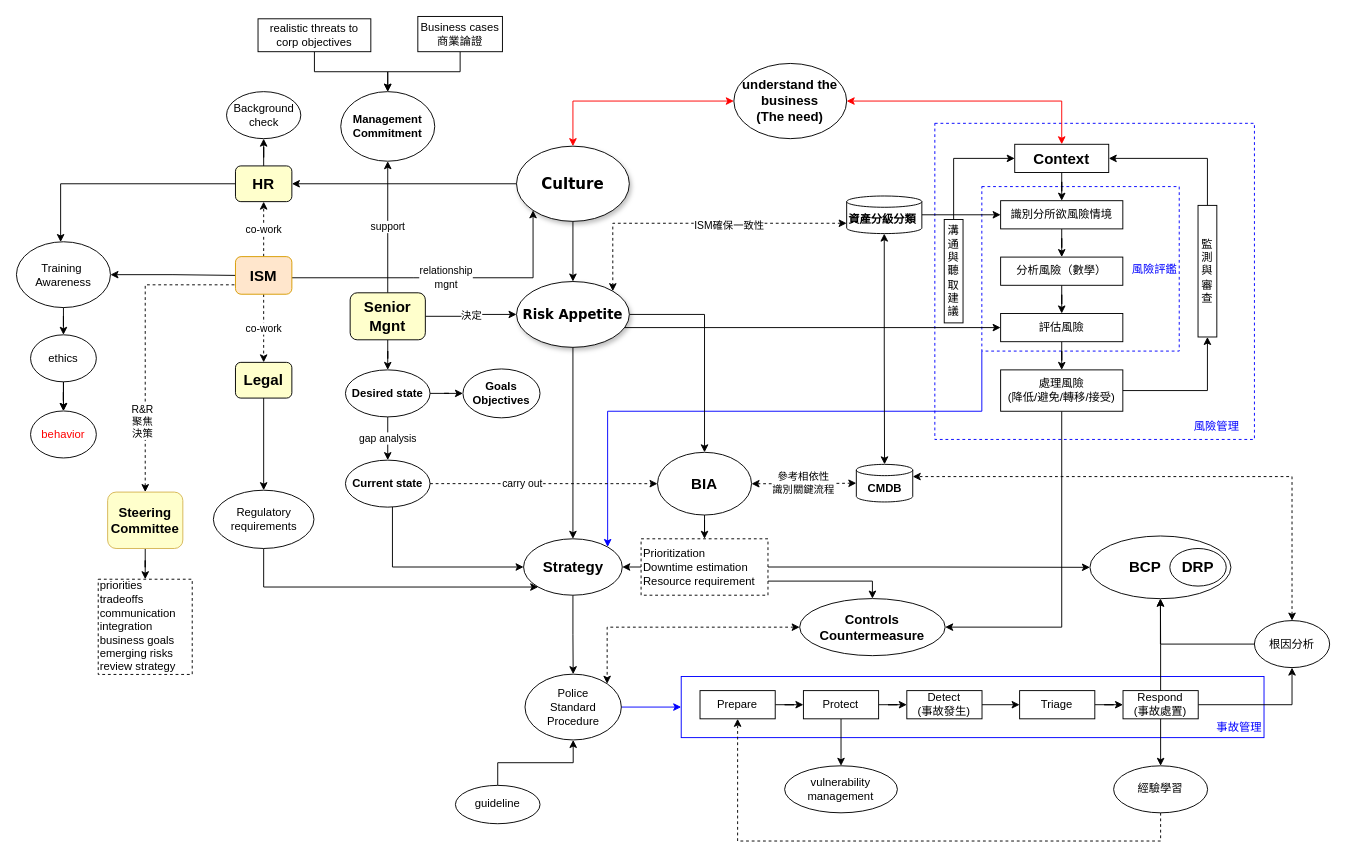
digipenguin/machinelearn-ndu keeps this draw.io diagram as Untitled Diagram.drawio. Above is the earlier version. Source tidied: cells renumbered, new cells numbered last; positions are measured from the earlier drawing's top-left corner, leaving out a move shared by most shapes. Both pictures are drawn from the tidied source at 94%, with x=0, y=0 at pixel (16, 16).
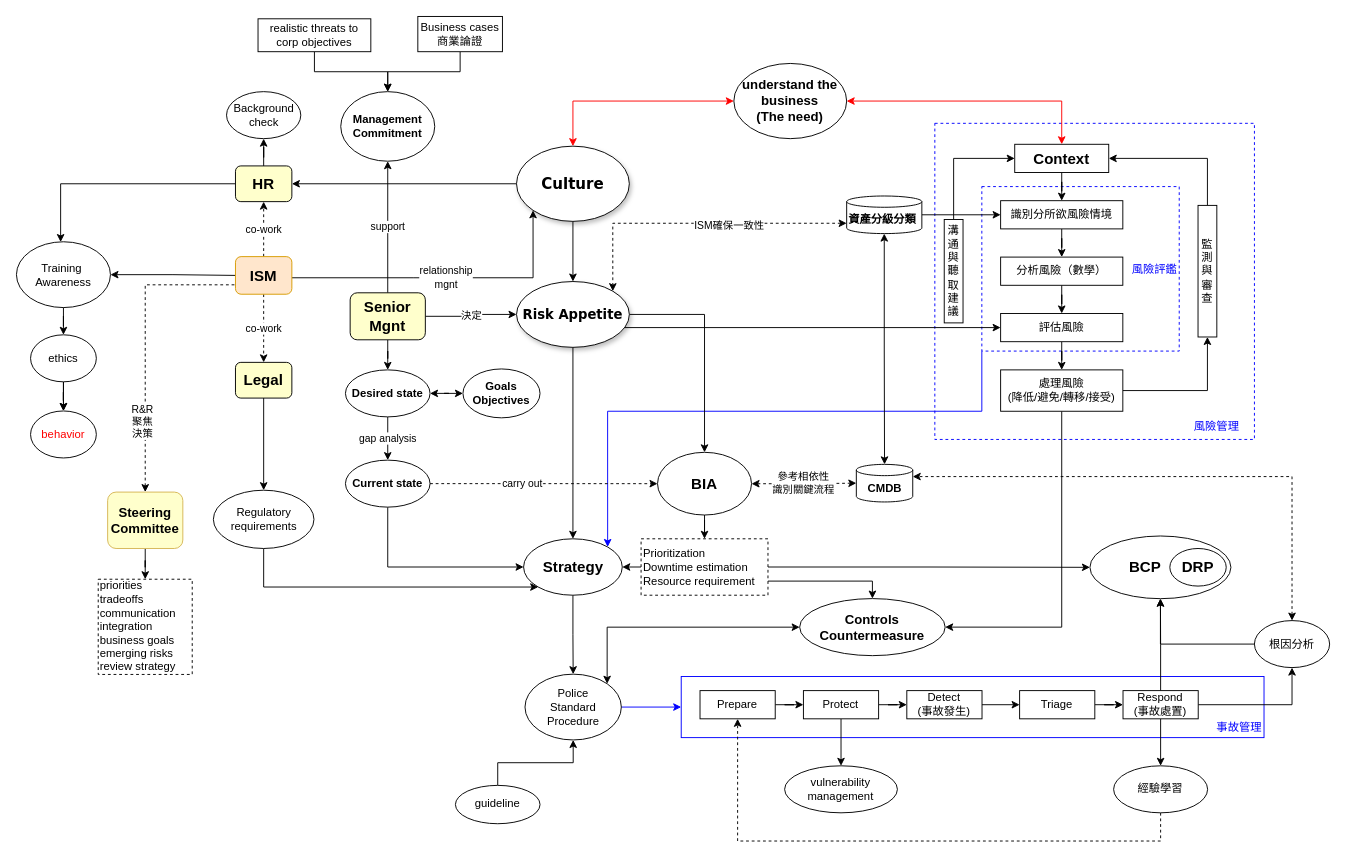
The same diagram, later.

The change refers to these unchanged cells:
```xml
<mxCell id="15" value="&lt;b&gt;&lt;font style=&quot;font-size: 16px&quot;&gt;Strategy&lt;/font&gt;&lt;/b&gt;" style="ellipse;whiteSpace=wrap;html=1;" parent="1" vertex="1">
  <mxGeometry x="539.5" y="555.7" width="105" height="60" as="geometry" />
</mxCell>
<mxCell id="17" value="Police&lt;br&gt;Standard&lt;br&gt;Procedure" style="ellipse;whiteSpace=wrap;html=1;" parent="1" vertex="1">
  <mxGeometry x="541" y="699.7" width="102.5" height="70" as="geometry" />
</mxCell>
<mxCell id="76" value="&lt;b&gt;Current state&lt;/b&gt;" style="ellipse;whiteSpace=wrap;html=1;strokeColor=#000000;fillColor=#FFFFFF;" parent="1" vertex="1">
  <mxGeometry x="350" y="472" width="90" height="50" as="geometry" />
</mxCell>
<mxCell id="79" value="&lt;b&gt;Desired state&lt;br&gt;&lt;/b&gt;" style="ellipse;whiteSpace=wrap;html=1;strokeColor=#000000;fillColor=#FFFFFF;" parent="1" vertex="1">
  <mxGeometry x="350" y="376" width="90" height="50" as="geometry" />
</mxCell>
<mxCell id="91" value="&lt;b&gt;&lt;font style=&quot;font-size: 14px&quot;&gt;Controls&lt;br&gt;Countermeasure&lt;br&gt;&lt;/font&gt;&lt;/b&gt;" style="ellipse;whiteSpace=wrap;html=1;strokeColor=#000000;fillColor=none;gradientColor=none;" parent="1" vertex="1">
  <mxGeometry x="833.2" y="619.3" width="154.8" height="60.7" as="geometry" />
</mxCell>
<mxCell id="113" value="&lt;b&gt;&lt;span&gt;Goals&lt;/span&gt;&lt;br&gt;&lt;span&gt;Objectives&lt;/span&gt;&lt;/b&gt;" style="ellipse;whiteSpace=wrap;html=1;strokeColor=#000000;fillColor=#FFFFFF;" parent="1" vertex="1">
  <mxGeometry x="475" y="375" width="82" height="52" as="geometry" />
</mxCell>
```

What changed in the source:
```diff
@@
-    <mxCell id="75" style="edgeStyle=orthogonalEdgeStyle;rounded=0;jettySize=auto;html=1;entryX=0;entryY=0.5;entryDx=0;entryDy=0;startArrow=none;startFill=0;endArrow=classic;endFill=1;" parent="1" edge="1" source="76" target="15">
+    <mxCell id="75" style="edgeStyle=orthogonalEdgeStyle;rounded=0;jettySize=auto;html=1;entryX=0;entryY=0.5;entryDx=0;entryDy=0;startArrow=none;startFill=0;endArrow=classic;endFill=1;exitX=0.5;exitY=1;exitDx=0;exitDy=0;" parent="1" edge="1" source="76" target="15">
       <mxGeometry relative="1" as="geometry">
         <Array as="points">
-          <mxPoint x="400" y="586" />
+          <mxPoint x="395" y="586" />
         </Array>
       </mxGeometry>
     </mxCell>
@@
-    <mxCell id="78" style="edgeStyle=orthogonalEdgeStyle;rounded=0;jettySize=auto;html=1;startArrow=none;startFill=0;endArrow=classic;endFill=1;strokeColor=#000000;" parent="1" edge="1" source="79" target="113">
+    <mxCell id="78" style="edgeStyle=orthogonalEdgeStyle;rounded=0;jettySize=auto;html=1;startArrow=classic;startFill=1;endArrow=classic;endFill=1;strokeColor=#000000;" parent="1" edge="1" source="79" target="113">
       <mxGeometry relative="1" as="geometry" />
     </mxCell>
@@
-    <mxCell id="89" style="edgeStyle=orthogonalEdgeStyle;rounded=0;jettySize=auto;html=1;entryX=1;entryY=0;entryDx=0;entryDy=0;startArrow=classic;startFill=1;endArrow=classic;endFill=1;dashed=1;" parent="1" edge="1" source="91" target="17">
+    <mxCell id="89" style="edgeStyle=orthogonalEdgeStyle;rounded=0;jettySize=auto;html=1;entryX=1;entryY=0;entryDx=0;entryDy=0;startArrow=classic;startFill=1;endArrow=classic;endFill=1;" parent="1" edge="1" source="91" target="17">
       <mxGeometry relative="1" as="geometry" />
     </mxCell>
```
